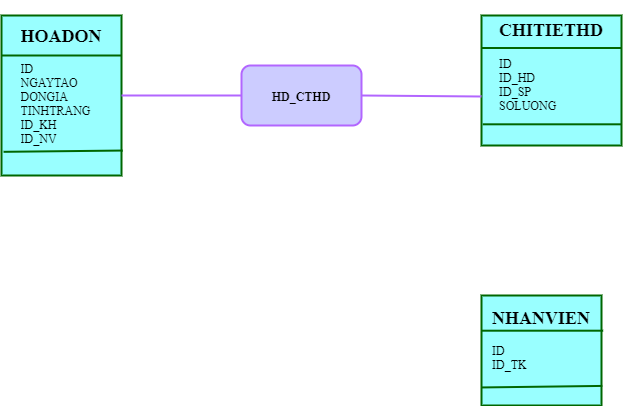
The draw.io diagram erd.drawio.png in sunny-THS/QlyBanDT, before a commit. Source tidied: cells renumbered, new cells last; positions are measured from the earlier drawing's top-left corner, leaving out a move shared by most shapes.
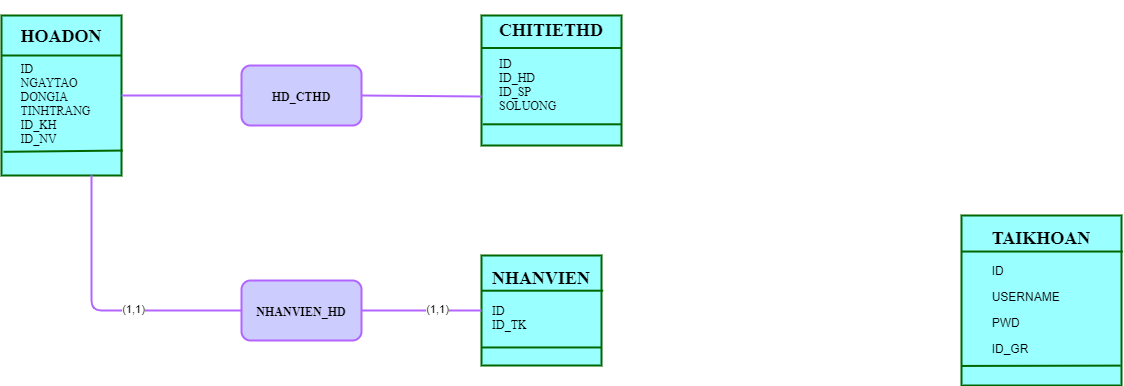
Later version of the same file.

Diff of the diagram source:
```diff
@@ -20,7 +20,7 @@
     <mxCell id="7" style="endArrow=none;html=1;strokeWidth=2;strokeColor=#006600;exitX=0.009;exitY=0.837;exitDx=0;exitDy=0;exitPerimeter=0;entryX=1;entryY=0.837;entryDx=0;entryDy=0;entryPerimeter=0;" parent="1" edge="1" source="5" target="5">
       <mxGeometry relative="1" as="geometry" />
     </mxCell>
-    <mxCell id="8" value="&lt;h3&gt;&lt;font color=&quot;#000000&quot; face=&quot;Times New Roman&quot;&gt;&lt;span style=&quot;font-size: 12px&quot;&gt;HD_CTHD&lt;/span&gt;&lt;/font&gt;&lt;/h3&gt;" style="rounded=1;whiteSpace=wrap;html=1;strokeWidth=2;verticalAlign=middle;fillColor=#CCCCFF;strokeColor=#B266FF;" parent="1" vertex="1">
+    <mxCell id="8" value="&lt;h2&gt;&lt;font color=&quot;#000000&quot; face=&quot;Times New Roman&quot;&gt;&lt;span style=&quot;font-size: 12px&quot;&gt;HD_CTHD&lt;/span&gt;&lt;/font&gt;&lt;/h2&gt;" style="rounded=1;whiteSpace=wrap;html=1;strokeWidth=2;verticalAlign=middle;fillColor=#CCCCFF;strokeColor=#B266FF;" parent="1" vertex="1">
       <mxGeometry x="240" y="50" width="120" height="60" as="geometry" />
     </mxCell>
     <mxCell id="9" style="endArrow=none;html=1;strokeWidth=2;strokeColor=#B266FF;exitX=1;exitY=0.5;exitDx=0;exitDy=0;entryX=0;entryY=0.5;entryDx=0;entryDy=0;" parent="1" edge="1" source="2" target="8">
@@ -32,13 +32,41 @@
       </mxGeometry>
     </mxCell>
     <mxCell id="11" value="&lt;h2&gt;&lt;font face=&quot;Times New Roman&quot; color=&quot;#000000&quot;&gt;NHANVIEN&lt;/font&gt;&lt;/h2&gt;&lt;h4&gt;&lt;div style=&quot;text-align: left&quot;&gt;&lt;span style=&quot;font-family: &amp;#34;times new roman&amp;#34; ; font-weight: normal&quot;&gt;&lt;font color=&quot;#000000&quot;&gt;ID&lt;/font&gt;&lt;/span&gt;&lt;/div&gt;&lt;div style=&quot;text-align: left&quot;&gt;&lt;span style=&quot;font-family: &amp;#34;times new roman&amp;#34; ; font-weight: normal&quot;&gt;&lt;font color=&quot;#000000&quot;&gt;ID_TK&lt;/font&gt;&lt;/span&gt;&lt;/div&gt;&lt;/h4&gt;" style="text;html=1;spacing=5;spacingTop=-20;whiteSpace=wrap;overflow=hidden;rounded=0;verticalAlign=middle;fillColor=#99FFFF;strokeColor=#006600;strokeWidth=2;align=center;" parent="1" vertex="1">
-      <mxGeometry x="480" y="280" width="120" height="110" as="geometry" />
+      <mxGeometry x="480" y="240" width="120" height="110" as="geometry" />
     </mxCell>
     <mxCell id="12" style="endArrow=none;html=1;strokeColor=#006600;strokeWidth=2;exitX=0.002;exitY=0.32;exitDx=0;exitDy=0;exitPerimeter=0;entryX=1.014;entryY=0.32;entryDx=0;entryDy=0;entryPerimeter=0;" parent="1" edge="1" source="11" target="11">
       <mxGeometry relative="1" as="geometry" />
     </mxCell>
-    <mxCell id="13" style="endArrow=none;html=1;strokeColor=#006600;strokeWidth=2;exitX=-0.004;exitY=0.836;exitDx=0;exitDy=0;entryX=1.007;entryY=0.822;entryDx=0;entryDy=0;exitPerimeter=0;entryPerimeter=0;" parent="1" edge="1" source="11" target="11">
+    <mxCell id="13" style="endArrow=none;html=1;strokeColor=#006600;strokeWidth=2;exitX=-0.004;exitY=0.836;exitDx=0;exitDy=0;exitPerimeter=0;entryX=1;entryY=0.836;entryDx=0;entryDy=0;entryPerimeter=0;" parent="1" edge="1" source="11" target="11">
       <mxGeometry relative="1" as="geometry" />
     </mxCell>
+    <mxCell id="14" value="&lt;h3&gt;&lt;font color=&quot;#000000&quot; face=&quot;Times New Roman&quot; style=&quot;font-size: 12px&quot;&gt;NHANVIEN_HD&lt;/font&gt;&lt;/h3&gt;" style="rounded=1;whiteSpace=wrap;html=1;strokeColor=#B266FF;strokeWidth=2;fillColor=#CCCCFF;verticalAlign=middle;" parent="1" vertex="1">
+      <mxGeometry x="240" y="265" width="120" height="60" as="geometry" />
+    </mxCell>
+    <mxCell id="15" style="endArrow=none;html=1;strokeColor=#B266FF;strokeWidth=2;exitX=1;exitY=0.5;exitDx=0;exitDy=0;entryX=0;entryY=0.5;entryDx=0;entryDy=0;" parent="1" edge="1" source="14" target="11">
+      <mxGeometry relative="1" as="geometry" />
+    </mxCell>
+    <mxCell id="16" value="(1,1)" style="edgeLabel;html=1;align=center;verticalAlign=middle;" parent="15" vertex="1">
+      <mxGeometry x="0.26" y="1" relative="1" as="geometry" />
+    </mxCell>
+    <mxCell id="17" style="endArrow=none;html=1;strokeColor=#B266FF;strokeWidth=2;exitX=0.75;exitY=1;exitDx=0;exitDy=0;entryX=0;entryY=0.5;entryDx=0;entryDy=0;" parent="1" edge="1" source="2" target="14">
+      <mxGeometry relative="1" as="geometry">
+        <Array as="points">
+          <mxPoint x="90" y="295" />
+        </Array>
+      </mxGeometry>
+    </mxCell>
+    <mxCell id="18" value="(1,1)" style="edgeLabel;html=1;align=center;verticalAlign=middle;" parent="17" vertex="1">
+      <mxGeometry x="0.24" y="1" relative="1" as="geometry" />
+    </mxCell>
+    <mxCell id="19" value="&lt;h2&gt;&lt;font face=&quot;Times New Roman&quot; color=&quot;#000000&quot;&gt;TAIKHOAN&lt;/font&gt;&lt;/h2&gt;&lt;p style=&quot;text-align: left&quot;&gt;&lt;font color=&quot;#000000&quot;&gt;ID&lt;/font&gt;&lt;/p&gt;&lt;p style=&quot;text-align: left&quot;&gt;&lt;font color=&quot;#000000&quot;&gt;USERNAME&lt;/font&gt;&lt;/p&gt;&lt;p style=&quot;text-align: left&quot;&gt;&lt;font color=&quot;#000000&quot;&gt;PWD&lt;/font&gt;&lt;/p&gt;&lt;p style=&quot;text-align: left&quot;&gt;&lt;font color=&quot;#000000&quot;&gt;ID_GR&lt;/font&gt;&lt;/p&gt;" style="text;html=1;spacing=5;spacingTop=-20;whiteSpace=wrap;overflow=hidden;rounded=0;verticalAlign=middle;align=center;fillColor=#99FFFF;strokeColor=#006600;strokeWidth=2;" parent="1" vertex="1">
+      <mxGeometry x="960" y="200" width="160" height="170" as="geometry" />
+    </mxCell>
+    <mxCell id="20" style="endArrow=none;html=1;strokeWidth=2;strokeColor=#006600;exitX=-0.002;exitY=0.212;exitDx=0;exitDy=0;exitPerimeter=0;entryX=1.008;entryY=0.212;entryDx=0;entryDy=0;entryPerimeter=0;" parent="1" edge="1" source="19" target="19">
+      <mxGeometry relative="1" as="geometry" />
+    </mxCell>
+    <mxCell id="21" style="endArrow=none;html=1;strokeColor=#006600;strokeWidth=2;entryX=-0.003;entryY=0.885;entryDx=0;entryDy=0;entryPerimeter=0;exitX=0.995;exitY=0.883;exitDx=0;exitDy=0;exitPerimeter=0;" parent="1" edge="1" source="19" target="19">
+      <mxGeometry relative="1" as="geometry" />
+    </mxCell>
   </root>
 </mxGraphModel>
```
